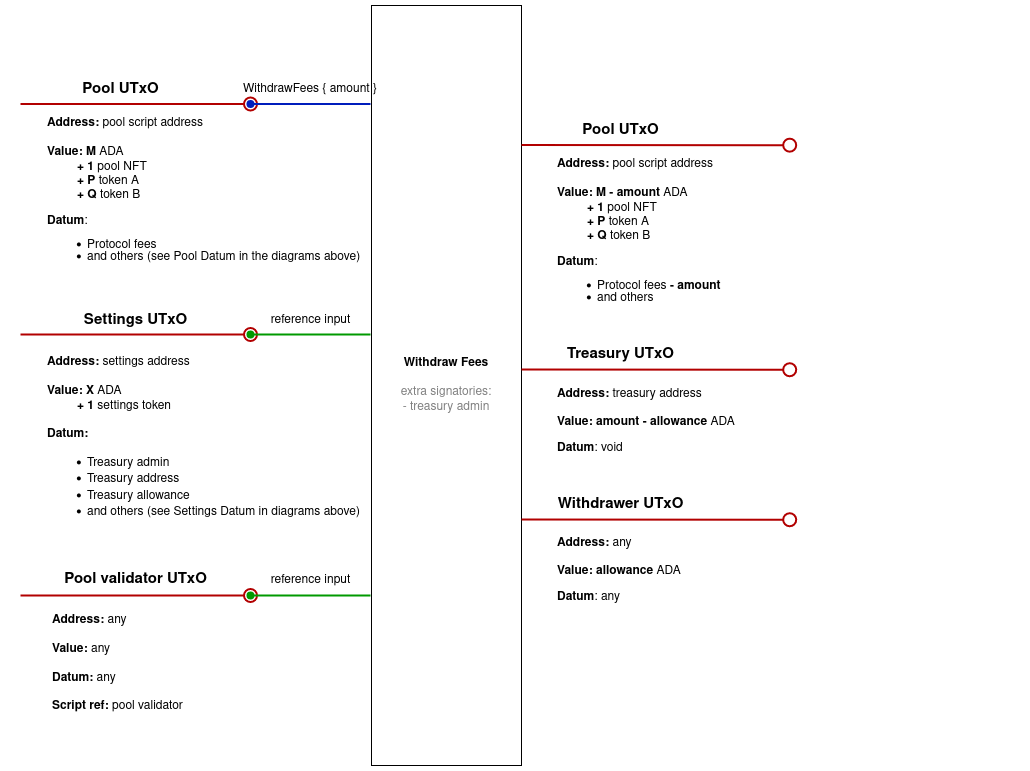
This is src/img/withdraw_fees.png from txpipe-shop/sundae-swap, a draw.io export, as it was before one commit. Source tidied: cells renumbered, new cells last; positions are measured from the earlier drawing's top-left corner, leaving out a move shared by most shapes.
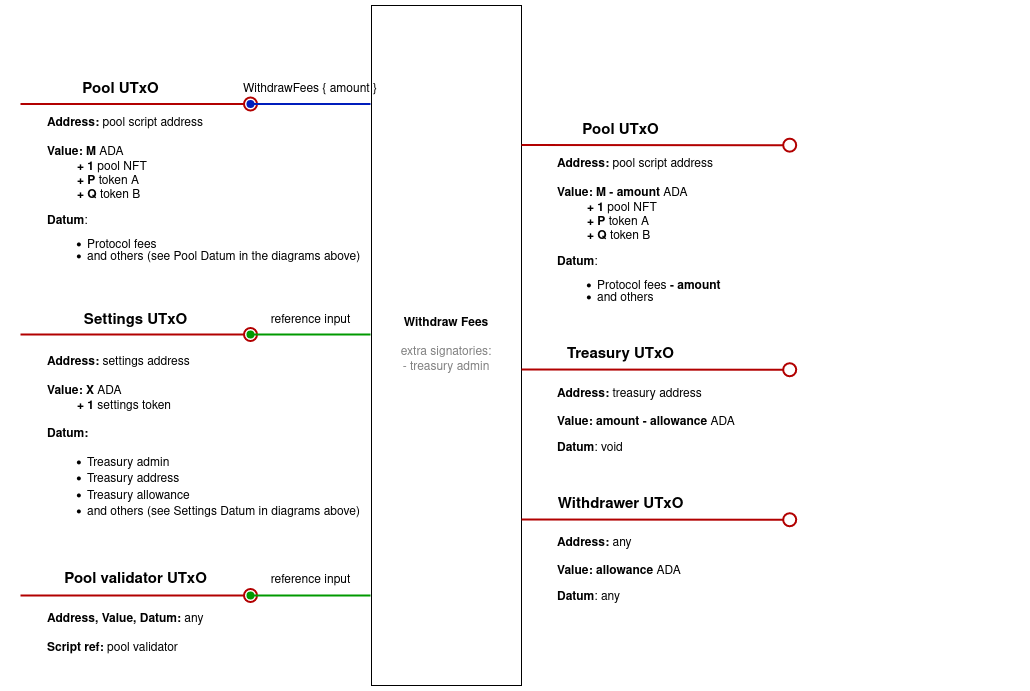
After the change.

The edit, as a diff of the source:
```diff
@@ -3,7 +3,7 @@
     <mxCell id="0" />
     <mxCell id="1" parent="0" />
     <mxCell id="2" value="&lt;div&gt;&lt;b&gt;Withdraw Fees&lt;/b&gt;&lt;/div&gt;&lt;br&gt;&lt;div&gt;&lt;font color=&quot;#808080&quot;&gt;extra signatories:&lt;/font&gt;&lt;/div&gt;&lt;div&gt;&lt;font color=&quot;#808080&quot;&gt;- treasury admin&lt;/font&gt;&lt;br&gt;&lt;/div&gt;" style="rounded=0;whiteSpace=wrap;html=1;" parent="1" vertex="1">
-      <mxGeometry x="351" width="150" height="760" as="geometry" />
+      <mxGeometry x="351" width="150" height="680" as="geometry" />
     </mxCell>
     <mxCell id="3" style="endArrow=oval;html=1;rounded=0;strokeWidth=2;fillColor=#e51400;strokeColor=#B20000;startArrow=none;startFill=0;endFill=0;endSize=13;" parent="1" edge="1">
       <mxGeometry relative="1" as="geometry">
@@ -59,8 +59,8 @@
     <mxCell id="15" value="reference input" style="text;html=1;align=center;verticalAlign=middle;strokeColor=none;fillColor=none;" parent="1" vertex="1">
       <mxGeometry x="240" y="300" width="100" height="30" as="geometry" />
     </mxCell>
-    <mxCell id="16" value="&lt;div&gt;&lt;b&gt;&lt;br&gt;Address: &lt;/b&gt;any&lt;br&gt;&lt;b&gt;&lt;br&gt;Value: &lt;/b&gt;any&lt;/div&gt;&lt;div&gt;&lt;br&gt;&lt;/div&gt;&lt;div&gt;&lt;b&gt;Datum: &lt;/b&gt;any&lt;/div&gt;&lt;div&gt;&lt;b&gt;&lt;br&gt;&lt;/b&gt;&lt;/div&gt;&lt;div&gt;&lt;b&gt;Script ref: &lt;/b&gt;pool validator&lt;br&gt;&lt;/div&gt;" style="text;html=1;strokeColor=none;fillColor=none;align=left;verticalAlign=middle;whiteSpace=wrap;rounded=0;" parent="1" vertex="1">
-      <mxGeometry x="30" y="630" width="315" height="41" as="geometry" />
+    <mxCell id="16" value="&lt;div&gt;&lt;b&gt;&lt;br&gt;Address, Value, Datum: &lt;/b&gt;any&lt;br&gt;&lt;br&gt;&lt;/div&gt;&lt;div&gt;&lt;b&gt;Script ref: &lt;/b&gt;pool validator&lt;br&gt;&lt;/div&gt;" style="text;html=1;strokeColor=none;fillColor=none;align=left;verticalAlign=middle;whiteSpace=wrap;rounded=0;" parent="1" vertex="1">
+      <mxGeometry x="25" y="600" width="315" height="41" as="geometry" />
     </mxCell>
     <mxCell id="17" value="&lt;b&gt;&lt;font style=&quot;font-size: 15px;&quot;&gt;Pool validator UTxO&lt;/font&gt;&lt;/b&gt;" style="text;html=1;align=center;verticalAlign=middle;strokeColor=none;fillColor=none;" parent="1" vertex="1">
       <mxGeometry x="30" y="559" width="170" height="30" as="geometry" />
```
